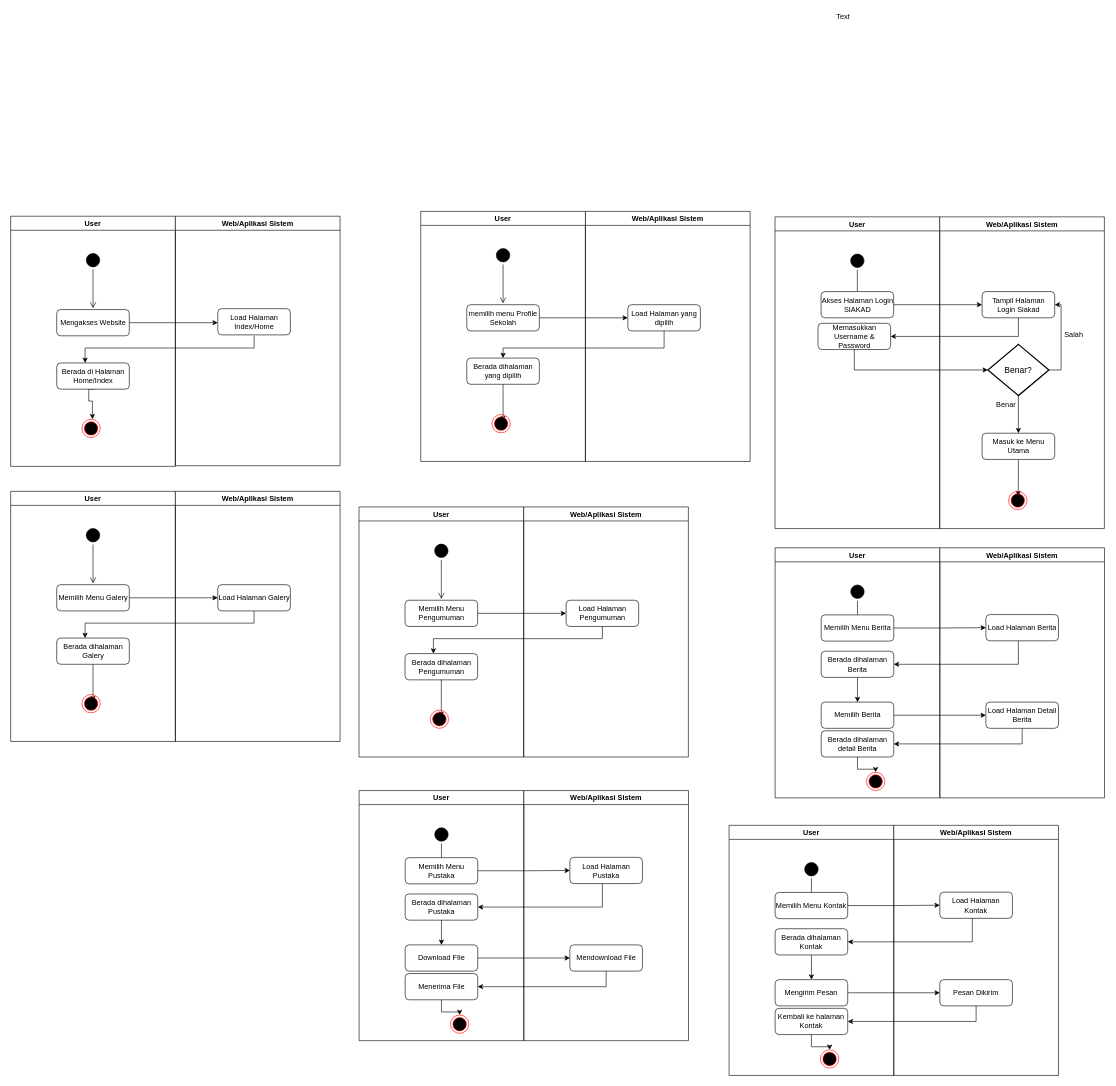
Before: page "Page-1" (1 of 3) of Untitled test.drawio in aldonicolaz/siakad-petrus, a draw.io diagram. Source tidied: cells renumbered, new cells numbered last; positions are measured from the earlier drawing's top-left corner, leaving out a move shared by most shapes. Both pictures are drawn from the tidied source at 61%, with x=0, y=0 at pixel (10, 10).
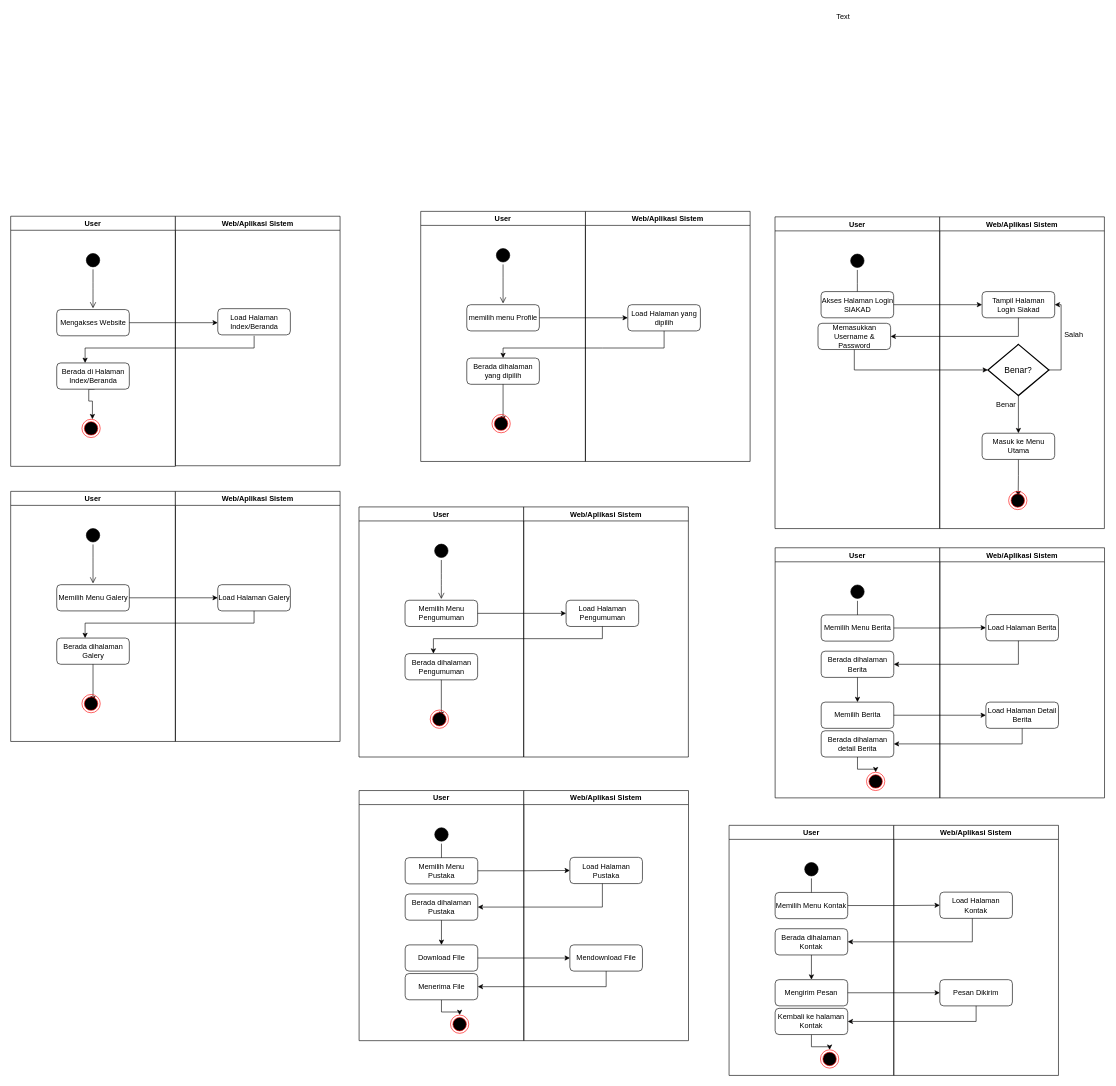
The same diagram, later.

The change refers to these unchanged cells:
```xml
<mxCell id="2" value="User" style="swimlane;" parent="1" vertex="1">
  <mxGeometry y="337" width="270" height="410" as="geometry" />
</mxCell>
<mxCell id="106" value="User" style="swimlane;" parent="1" vertex="1">
  <mxGeometry x="672.2" y="329" width="270" height="410" as="geometry" />
</mxCell>
<mxCell id="113" value="Web/Aplikasi Sistem" style="swimlane;" parent="1" vertex="1">
  <mxGeometry x="270" y="337" width="270" height="409" as="geometry" />
</mxCell>
```

What changed in the source:
```diff
@@
-    <mxCell id="7" value="Berada di Halaman Home/Index" style="shape=ext;rounded=1;html=1;whiteSpace=wrap;" parent="2" vertex="1">
+    <mxCell id="7" value="Berada di Halaman Index/Beranda" style="shape=ext;rounded=1;html=1;whiteSpace=wrap;" parent="2" vertex="1">
       <mxGeometry x="75.5" y="240.5" width="119" height="43" as="geometry" />
     </mxCell>
@@
-    <mxCell id="109" value="memilih menu Profile Sekolah" style="shape=ext;rounded=1;html=1;whiteSpace=wrap;" parent="106" vertex="1">
+    <mxCell id="109" value="memilih menu Profile" style="shape=ext;rounded=1;html=1;whiteSpace=wrap;" parent="106" vertex="1">
       <mxGeometry x="75.5" y="153" width="119" height="43" as="geometry" />
     </mxCell>
@@
-    <mxCell id="114" value="Load Halaman Index/Home" style="shape=ext;rounded=1;html=1;whiteSpace=wrap;" parent="113" vertex="1">
+    <mxCell id="114" value="Load Halaman Index/Beranda" style="shape=ext;rounded=1;html=1;whiteSpace=wrap;" parent="113" vertex="1">
       <mxGeometry x="69.5" y="151.5" width="119" height="43" as="geometry" />
     </mxCell>
```
